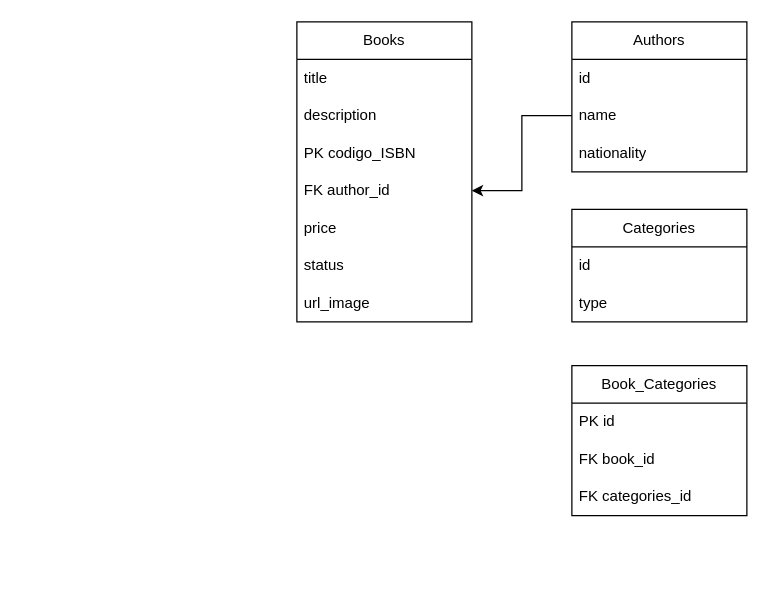
This is Diagrama sin título.drawio from ZaliWow/ZaliWow, a draw.io file, before an edit. Source tidied: cells renumbered, new cells numbered last; positions are measured from the earlier drawing's top-left corner, leaving out a move shared by most shapes. Both pictures are drawn from the tidied source at 125%, with x=0, y=0 at pixel (296, 21).
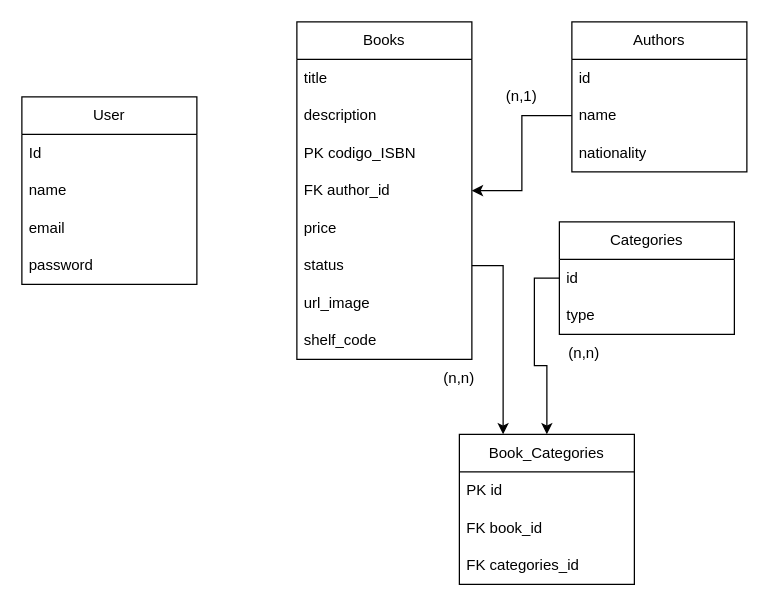
After the change.

Unchanged cells that the change refers to:
```xml
<mxCell id="8" value="status" style="text;strokeColor=none;fillColor=none;align=left;verticalAlign=middle;spacingLeft=4;spacingRight=4;overflow=hidden;points=[[0,0.5],[1,0.5]];portConstraint=eastwest;whiteSpace=wrap;html=1;" parent="2" vertex="1">
  <mxGeometry y="180" width="140" height="30" as="geometry" />
</mxCell>
<mxCell id="15" value="id" style="text;strokeColor=none;fillColor=none;align=left;verticalAlign=middle;spacingLeft=4;spacingRight=4;overflow=hidden;points=[[0,0.5],[1,0.5]];portConstraint=eastwest;whiteSpace=wrap;html=1;" parent="14" vertex="1">
  <mxGeometry y="30" width="140" height="30" as="geometry" />
</mxCell>
```

What changed in the source:
```diff
@@
     <mxCell id="2" value="Books" style="swimlane;fontStyle=0;horizontal=1;startSize=30;whiteSpace=wrap;html=1;" parent="1" vertex="1">
-      <mxGeometry width="140" height="240" as="geometry" />
+      <mxGeometry width="140" height="270" as="geometry" />
     </mxCell>
@@
+    <mxCell id="22" value="url_image" style="text;strokeColor=none;fillColor=none;align=left;verticalAlign=middle;spacingLeft=4;spacingRight=4;overflow=hidden;whiteSpace=wrap;html=1;" parent="2" vertex="1">
+      <mxGeometry y="210" width="140" height="30" as="geometry" />
+    </mxCell>
-    <mxCell id="9" value="url_image" style="text;strokeColor=none;fillColor=none;align=left;verticalAlign=middle;spacingLeft=4;spacingRight=4;overflow=hidden;whiteSpace=wrap;html=1;" parent="2" vertex="1">
-      <mxGeometry y="210" width="140" height="30" as="geometry" />
+    <mxCell id="9" value="shelf_code" style="text;strokeColor=none;fillColor=none;align=left;verticalAlign=middle;spacingLeft=4;spacingRight=4;overflow=hidden;whiteSpace=wrap;html=1;" parent="2" vertex="1">
+      <mxGeometry y="240" width="140" height="30" as="geometry" />
     </mxCell>
@@
     <mxCell id="14" value="Categories" style="swimlane;fontStyle=0;horizontal=1;startSize=30;whiteSpace=wrap;html=1;" parent="1" vertex="1">
-      <mxGeometry x="220" y="150" width="140" height="90" as="geometry" />
+      <mxGeometry x="210" y="160" width="140" height="90" as="geometry" />
     </mxCell>
@@
     <mxCell id="17" value="Book_Categories" style="swimlane;fontStyle=0;horizontal=1;startSize=30;whiteSpace=wrap;html=1;" parent="1" vertex="1">
-      <mxGeometry x="220" y="275" width="140" height="120" as="geometry" />
+      <mxGeometry x="130" y="330" width="140" height="120" as="geometry" />
     </mxCell>
@@
+    <mxCell id="23" value="(n,1)" style="text;html=1;align=center;verticalAlign=middle;whiteSpace=wrap;rounded=0;" parent="1" vertex="1">
+      <mxGeometry x="150" y="45" width="60" height="30" as="geometry" />
+    </mxCell>
+    <mxCell id="24" style="edgeStyle=orthogonalEdgeStyle;rounded=0;jettySize=auto;html=1;exitX=0;exitY=0.5;exitDx=0;exitDy=0;" parent="1" edge="1" source="15" target="17">
+      <mxGeometry relative="1" as="geometry" />
+    </mxCell>
+    <mxCell id="25" style="edgeStyle=orthogonalEdgeStyle;rounded=0;jettySize=auto;html=1;exitX=1;exitY=0.5;exitDx=0;exitDy=0;entryX=0.25;entryY=0;entryDx=0;entryDy=0;" parent="1" edge="1" source="8" target="17">
+      <mxGeometry relative="1" as="geometry" />
+    </mxCell>
+    <mxCell id="26" value="(n,n)" style="text;html=1;align=center;verticalAlign=middle;whiteSpace=wrap;rounded=0;" parent="1" vertex="1">
+      <mxGeometry x="100" y="270" width="60" height="30" as="geometry" />
+    </mxCell>
+    <mxCell id="27" value="(n,n)" style="text;html=1;align=center;verticalAlign=middle;whiteSpace=wrap;rounded=0;" parent="1" vertex="1">
+      <mxGeometry x="200" y="250" width="60" height="30" as="geometry" />
+    </mxCell>
+    <mxCell id="28" value="User" style="swimlane;fontStyle=0;horizontal=1;startSize=30;whiteSpace=wrap;html=1;" parent="1" vertex="1">
+      <mxGeometry x="-220" y="60" width="140" height="150" as="geometry" />
+    </mxCell>
+    <mxCell id="29" value="Id" style="text;strokeColor=none;fillColor=none;align=left;verticalAlign=middle;spacingLeft=4;spacingRight=4;overflow=hidden;whiteSpace=wrap;html=1;" parent="28" vertex="1">
+      <mxGeometry y="30" width="140" height="30" as="geometry" />
+    </mxCell>
+    <mxCell id="30" value="name" style="text;strokeColor=none;fillColor=none;align=left;verticalAlign=middle;spacingLeft=4;spacingRight=4;overflow=hidden;whiteSpace=wrap;html=1;" parent="28" vertex="1">
+      <mxGeometry y="60" width="140" height="30" as="geometry" />
+    </mxCell>
+    <mxCell id="31" value="email" style="text;strokeColor=none;fillColor=none;align=left;verticalAlign=middle;spacingLeft=4;spacingRight=4;overflow=hidden;whiteSpace=wrap;html=1;" parent="28" vertex="1">
+      <mxGeometry y="90" width="140" height="30" as="geometry" />
+    </mxCell>
+    <mxCell id="32" value="password" style="text;strokeColor=none;fillColor=none;align=left;verticalAlign=middle;spacingLeft=4;spacingRight=4;overflow=hidden;whiteSpace=wrap;html=1;" parent="28" vertex="1">
+      <mxGeometry y="120" width="140" height="30" as="geometry" />
+    </mxCell>
```
